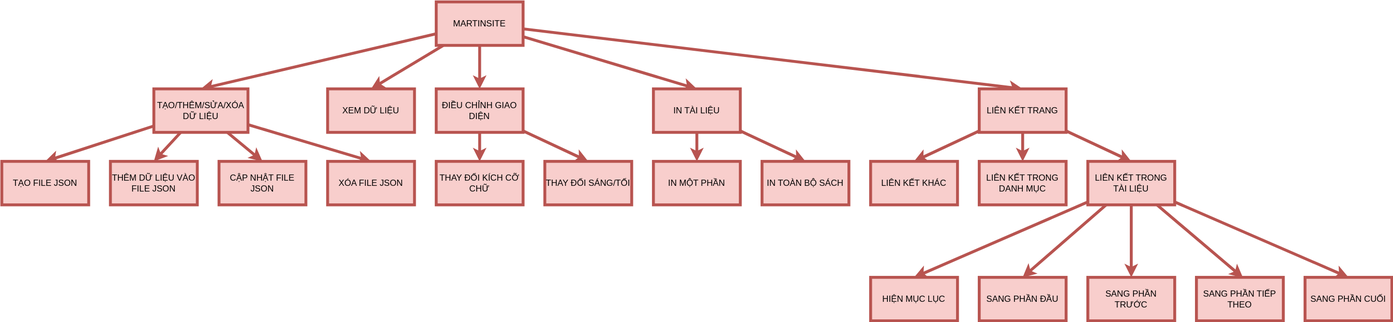
MartinoPhoenixVox/martinsite keeps this draw.io diagram as FHD.drawio.svg. Above is the earlier version. Source tidied: cells renumbered, new cells last; positions are measured from the earlier drawing's top-left corner, leaving out a move shared by most shapes.
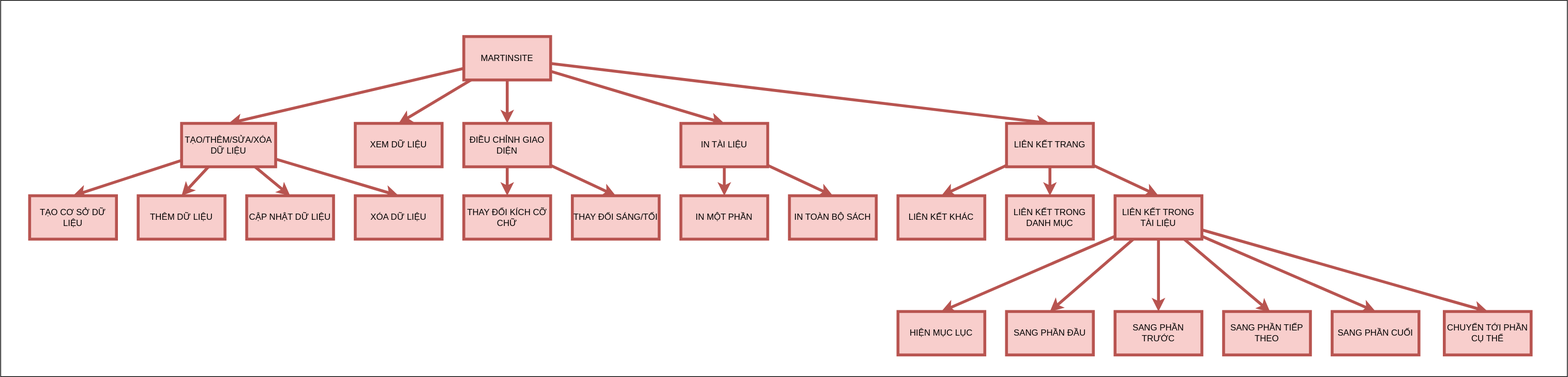
Later version of the same file.

The edit, as a diff of the source:
```diff
@@ -2,6 +2,9 @@
   <root>
     <mxCell id="0" />
     <mxCell id="1" parent="0" />
+    <mxCell id="45" style="rounded=0;whiteSpace=wrap;html=1;" parent="1" vertex="1">
+      <mxGeometry x="-40" y="-50" width="2165" height="520" as="geometry" />
+    </mxCell>
     <mxCell id="2" style="edgeStyle=none;html=1;entryX=0.5;entryY=0;entryDx=0;entryDy=0;fillColor=#f8cecc;strokeColor=#b85450;strokeWidth=4;" parent="1" edge="1" source="7" target="17">
       <mxGeometry relative="1" as="geometry" />
     </mxCell>
@@ -59,13 +62,13 @@
     <mxCell id="20" value="ĐIỀU CHỈNH GIAO DIỆN" style="rounded=0;whiteSpace=wrap;html=1;fillColor=#f8cecc;strokeColor=#b85450;strokeWidth=4;" parent="1" vertex="1">
       <mxGeometry x="600" y="120" width="120" height="60" as="geometry" />
     </mxCell>
-    <mxCell id="21" value="THÊM DỮ LIỆU VÀO FILE JSON" style="rounded=0;whiteSpace=wrap;html=1;fillColor=#f8cecc;strokeColor=#b85450;strokeWidth=4;" parent="1" vertex="1">
+    <mxCell id="21" value="THÊM DỮ LIỆU" style="rounded=0;whiteSpace=wrap;html=1;fillColor=#f8cecc;strokeColor=#b85450;strokeWidth=4;" parent="1" vertex="1">
       <mxGeometry x="150" y="220" width="120" height="60" as="geometry" />
     </mxCell>
-    <mxCell id="22" value="CẬP NHẬT FILE JSON" style="rounded=0;whiteSpace=wrap;html=1;fillColor=#f8cecc;strokeColor=#b85450;strokeWidth=4;" parent="1" vertex="1">
+    <mxCell id="22" value="CẬP NHẬT DỮ LIỆU" style="rounded=0;whiteSpace=wrap;html=1;fillColor=#f8cecc;strokeColor=#b85450;strokeWidth=4;" parent="1" vertex="1">
       <mxGeometry x="300" y="220" width="120" height="60" as="geometry" />
     </mxCell>
-    <mxCell id="23" value="XÓA FILE JSON" style="rounded=0;whiteSpace=wrap;html=1;fillColor=#f8cecc;strokeColor=#b85450;strokeWidth=4;" parent="1" vertex="1">
+    <mxCell id="23" value="XÓA DỮ LIỆU" style="rounded=0;whiteSpace=wrap;html=1;fillColor=#f8cecc;strokeColor=#b85450;strokeWidth=4;" parent="1" vertex="1">
       <mxGeometry x="450" y="220" width="120" height="60" as="geometry" />
     </mxCell>
     <mxCell id="24" style="edgeStyle=none;html=1;entryX=0.5;entryY=0;entryDx=0;entryDy=0;fillColor=#f8cecc;strokeColor=#b85450;strokeWidth=4;" parent="1" edge="1" source="26" target="29">
@@ -113,6 +116,9 @@
     <mxCell id="38" style="edgeStyle=none;html=1;entryX=0.5;entryY=0;entryDx=0;entryDy=0;fillColor=#f8cecc;strokeColor=#b85450;strokeWidth=4;" parent="1" edge="1" source="39" target="34">
       <mxGeometry relative="1" as="geometry" />
     </mxCell>
+    <mxCell id="46" style="edgeStyle=none;html=1;entryX=0.5;entryY=0;entryDx=0;entryDy=0;fillColor=#f8cecc;strokeColor=#b85450;strokeWidth=4;" parent="1" edge="1" source="39" target="47">
+      <mxGeometry relative="1" as="geometry" />
+    </mxCell>
     <mxCell id="39" value="LIÊN KẾT TRONG TÀI LIỆU" style="rounded=0;whiteSpace=wrap;html=1;fillColor=#f8cecc;strokeColor=#b85450;strokeWidth=4;" parent="1" vertex="1">
       <mxGeometry x="1500" y="220" width="120" height="60" as="geometry" />
     </mxCell>
@@ -128,8 +134,11 @@
     <mxCell id="43" style="edgeStyle=none;html=1;entryX=0.536;entryY=0.01;entryDx=0;entryDy=0;entryPerimeter=0;fillColor=#f8cecc;strokeColor=#b85450;strokeWidth=4;" parent="1" edge="1" source="39" target="31">
       <mxGeometry relative="1" as="geometry" />
     </mxCell>
-    <mxCell id="44" value="TẠO FILE JSON" style="rounded=0;whiteSpace=wrap;html=1;fillColor=#f8cecc;strokeColor=#b85450;strokeWidth=4;" parent="1" vertex="1">
+    <mxCell id="44" value="TẠO CƠ SỞ DỮ LIỆU" style="rounded=0;whiteSpace=wrap;html=1;fillColor=#f8cecc;strokeColor=#b85450;strokeWidth=4;" parent="1" vertex="1">
       <mxGeometry y="220" width="120" height="60" as="geometry" />
     </mxCell>
+    <mxCell id="47" value="CHUYỂN TỚI PHẦN CỤ THỂ" style="rounded=0;whiteSpace=wrap;html=1;fillColor=#f8cecc;strokeColor=#b85450;strokeWidth=4;" parent="1" vertex="1">
+      <mxGeometry x="1955" y="380" width="120" height="60" as="geometry" />
+    </mxCell>
   </root>
 </mxGraphModel>
```
